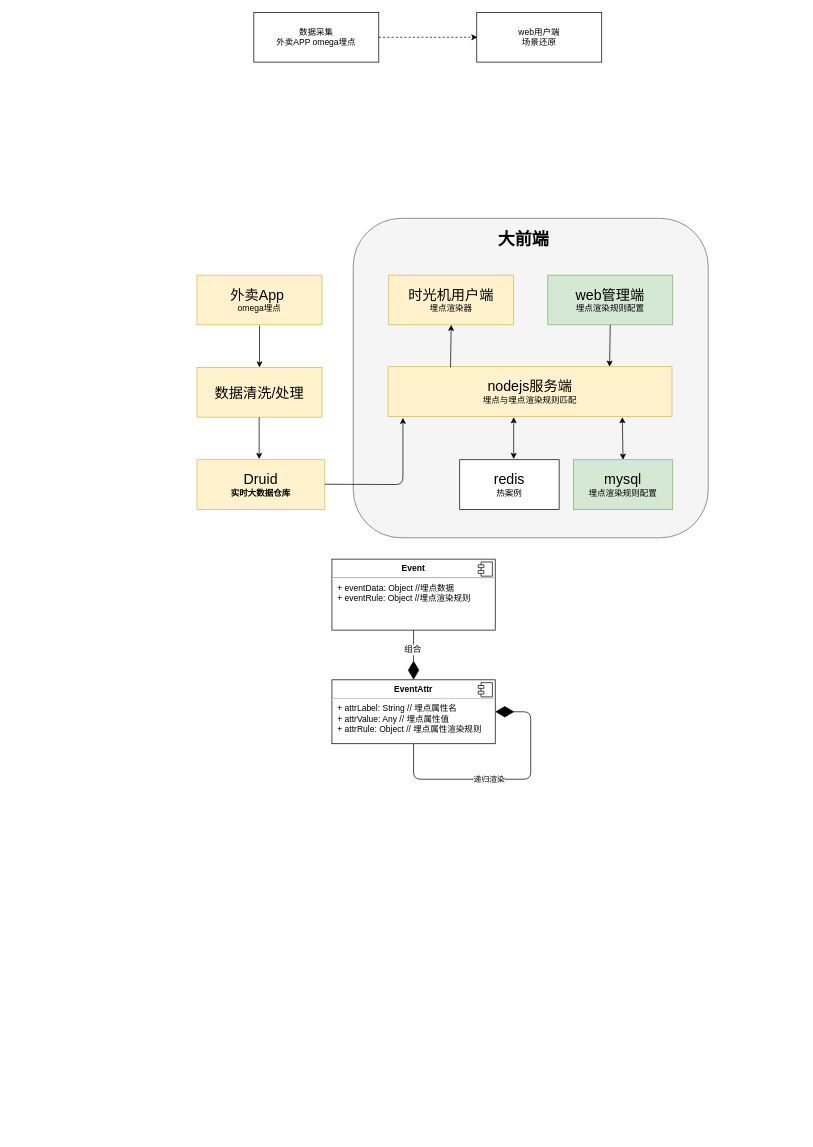
Before: Untitled Diagram.drawio in zzz945/drawing, a draw.io diagram. Source tidied: cells renumbered, new cells numbered last; positions are measured from the earlier drawing's top-left corner, leaving out a move shared by most shapes. Both pictures are drawn from the tidied source at 71%, with x=0, y=0 at pixel (197, 12).
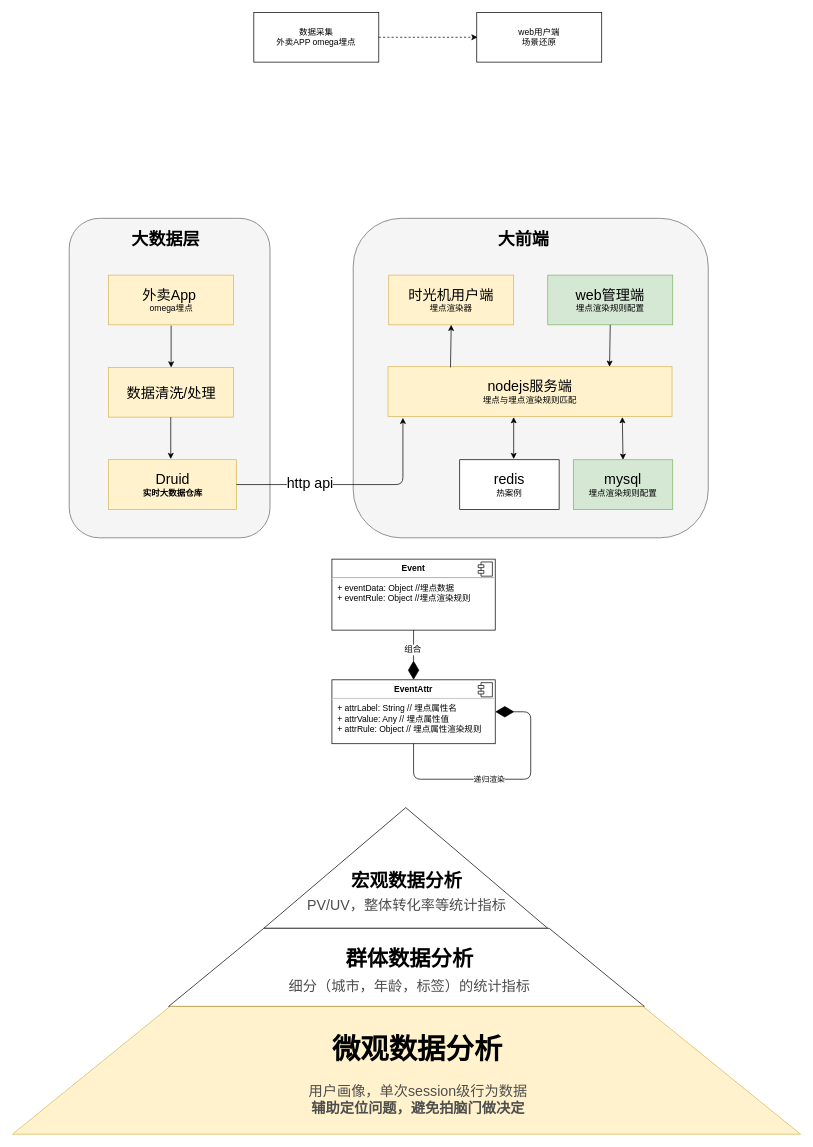
The same page after the edit.

Diff of the diagram source:
```diff
@@
+    <mxCell id="29" value="&lt;div style=&quot;text-align: justify&quot;&gt;&lt;/div&gt;" style="rounded=1;whiteSpace=wrap;html=1;fillColor=#f5f5f5;strokeColor=#666666;fontColor=#333333;" parent="1" vertex="1">
+      <mxGeometry x="-180" y="290" width="282.8" height="450" as="geometry" />
+    </mxCell>
@@
     <mxCell id="6" value="&lt;span&gt;&lt;font style=&quot;font-size: 20px&quot;&gt;Druid&lt;/font&gt;&lt;br&gt;&lt;b&gt;实时大数据仓库&lt;/b&gt;&lt;br&gt;&lt;/span&gt;" style="rounded=0;whiteSpace=wrap;html=1;fillColor=#fff2cc;strokeColor=#d6b656;" parent="1" vertex="1">
-      <mxGeometry y="630" width="180" height="70" as="geometry" />
+      <mxGeometry x="-124.5" y="630" width="180" height="70" as="geometry" />
     </mxCell>
@@
     <mxCell id="8" value="&lt;font&gt;&lt;font style=&quot;font-size: 20px&quot;&gt;数据清洗/处理&lt;/font&gt;&lt;/font&gt;" style="rounded=0;whiteSpace=wrap;html=1;fillColor=#fff2cc;strokeColor=#d6b656;" parent="1" vertex="1">
-      <mxGeometry y="500" width="176" height="70" as="geometry" />
+      <mxGeometry x="-124.5" y="500" width="176" height="70" as="geometry" />
     </mxCell>
@@
     <mxCell id="10" style="endArrow=classic;html=1;entryX=0.5;entryY=0;entryDx=0;entryDy=0;" parent="1" edge="1" target="8">
       <mxGeometry relative="1" as="geometry">
-        <mxPoint x="88" y="441" as="sourcePoint" />
+        <mxPoint x="-36.5" y="441" as="sourcePoint" />
       </mxGeometry>
     </mxCell>
     <mxCell id="11" style="endArrow=classic;html=1;entryX=0.5;entryY=0;entryDx=0;entryDy=0;" parent="1" edge="1">
       <mxGeometry relative="1" as="geometry">
-        <mxPoint x="87.5" y="570" as="sourcePoint" />
-        <mxPoint x="87.5" y="629" as="targetPoint" />
+        <mxPoint x="-37" y="570" as="sourcePoint" />
+        <mxPoint x="-37" y="629" as="targetPoint" />
       </mxGeometry>
     </mxCell>
@@
     <mxCell id="15" value="&lt;font style=&quot;font-size: 20px&quot;&gt;外卖App&amp;nbsp;&lt;br&gt;&lt;/font&gt;omega埋点" style="rounded=0;whiteSpace=wrap;html=1;fillColor=#fff2cc;strokeColor=#d6b656;" parent="1" vertex="1">
-      <mxGeometry y="370" width="176" height="70" as="geometry" />
+      <mxGeometry x="-124.5" y="370" width="176" height="70" as="geometry" />
     </mxCell>
@@
-    <mxCell id="27" style="endArrow=classic;html=1;" parent="1" edge="1">
+    <mxCell id="27" style="endArrow=classic;html=1;exitX=1;exitY=0.5;exitDx=0;exitDy=0;" parent="1" edge="1" source="6">
       <mxGeometry relative="1" as="geometry">
-        <mxPoint x="180" y="664.5" as="sourcePoint" />
         <mxPoint x="290" y="571" as="targetPoint" />
         <Array as="points">
           <mxPoint x="290" y="665" />
         </Array>
       </mxGeometry>
     </mxCell>
+    <mxCell id="30" value="http api" style="text;html=1;align=center;verticalAlign=middle;labelBackgroundColor=#ffffff;fontSize=20;" parent="27" vertex="1">
+      <mxGeometry x="-0.38" y="3" relative="1" as="geometry">
+        <mxPoint x="1" as="offset" />
+      </mxGeometry>
+    </mxCell>
@@
+    <mxCell id="31" style="triangle;whiteSpace=wrap;html=1;direction=north;" parent="1" vertex="1">
+      <mxGeometry x="94" y="1120" width="400" height="170" as="geometry" />
+    </mxCell>
+    <mxCell id="32" style="shape=trapezoid;perimeter=trapezoidPerimeter;whiteSpace=wrap;html=1;" parent="1" vertex="1">
+      <mxGeometry x="-40" y="1290" width="670" height="110" as="geometry" />
+    </mxCell>
+    <mxCell id="33" style="shape=trapezoid;perimeter=trapezoidPerimeter;whiteSpace=wrap;html=1;fillColor=#fff2cc;strokeColor=#d6b656;" parent="1" vertex="1">
+      <mxGeometry x="-260" y="1400" width="1110" height="180" as="geometry" />
+    </mxCell>
+    <mxCell id="34" value="&lt;b&gt;宏观数据分析&lt;br&gt;&lt;/b&gt;&lt;font style=&quot;font-size: 20px&quot; color=&quot;#4d4d4d&quot;&gt;PV/UV，整体转化率等统计指标&lt;/font&gt;" style="text;html=1;strokeColor=none;fillColor=none;align=center;verticalAlign=middle;whiteSpace=wrap;rounded=0;fontSize=26;" parent="1" vertex="1">
+      <mxGeometry x="152.8" y="1230" width="284.5" height="20" as="geometry" />
+    </mxCell>
+    <mxCell id="35" value="群体数据分析&lt;br&gt;&lt;span style=&quot;font-weight: normal&quot;&gt;&lt;font style=&quot;font-size: 20px&quot; color=&quot;#4d4d4d&quot;&gt;细分（城市，年龄，标签）的统计指标&lt;/font&gt;&lt;/span&gt;" style="text;html=1;strokeColor=none;fillColor=none;align=center;verticalAlign=middle;whiteSpace=wrap;rounded=0;fontSize=30;fontStyle=1;" parent="1" vertex="1">
+      <mxGeometry x="89.2" y="1340" width="420.8" height="20" as="geometry" />
+    </mxCell>
+    <mxCell id="36" value="微观数据分析&lt;br&gt;" style="text;html=1;strokeColor=none;fillColor=none;align=center;verticalAlign=middle;whiteSpace=wrap;rounded=0;fontSize=40;fontStyle=1;" parent="1" vertex="1">
+      <mxGeometry x="-99" y="1450" width="819" height="20" as="geometry" />
+    </mxCell>
+    <mxCell id="37" value="用户画像，单次session级行为数据&lt;br style=&quot;font-size: 20px&quot;&gt;&lt;b&gt;辅助定位问题，避免拍脑门做决定&lt;/b&gt;" style="text;html=1;fontSize=20;fontColor=#4D4D4D;align=center;" parent="1" vertex="1">
+      <mxGeometry x="-124.5" y="1500" width="870" height="50" as="geometry" />
+    </mxCell>
+    <mxCell id="38" value="&lt;font style=&quot;font-size: 24px&quot;&gt;&lt;b&gt;大数据层&lt;/b&gt;&lt;/font&gt;" style="text;html=1;strokeColor=none;fillColor=none;align=center;verticalAlign=middle;whiteSpace=wrap;rounded=0;" parent="1" vertex="1">
+      <mxGeometry x="-124.5" y="310" width="160" height="20" as="geometry" />
+    </mxCell>
```
